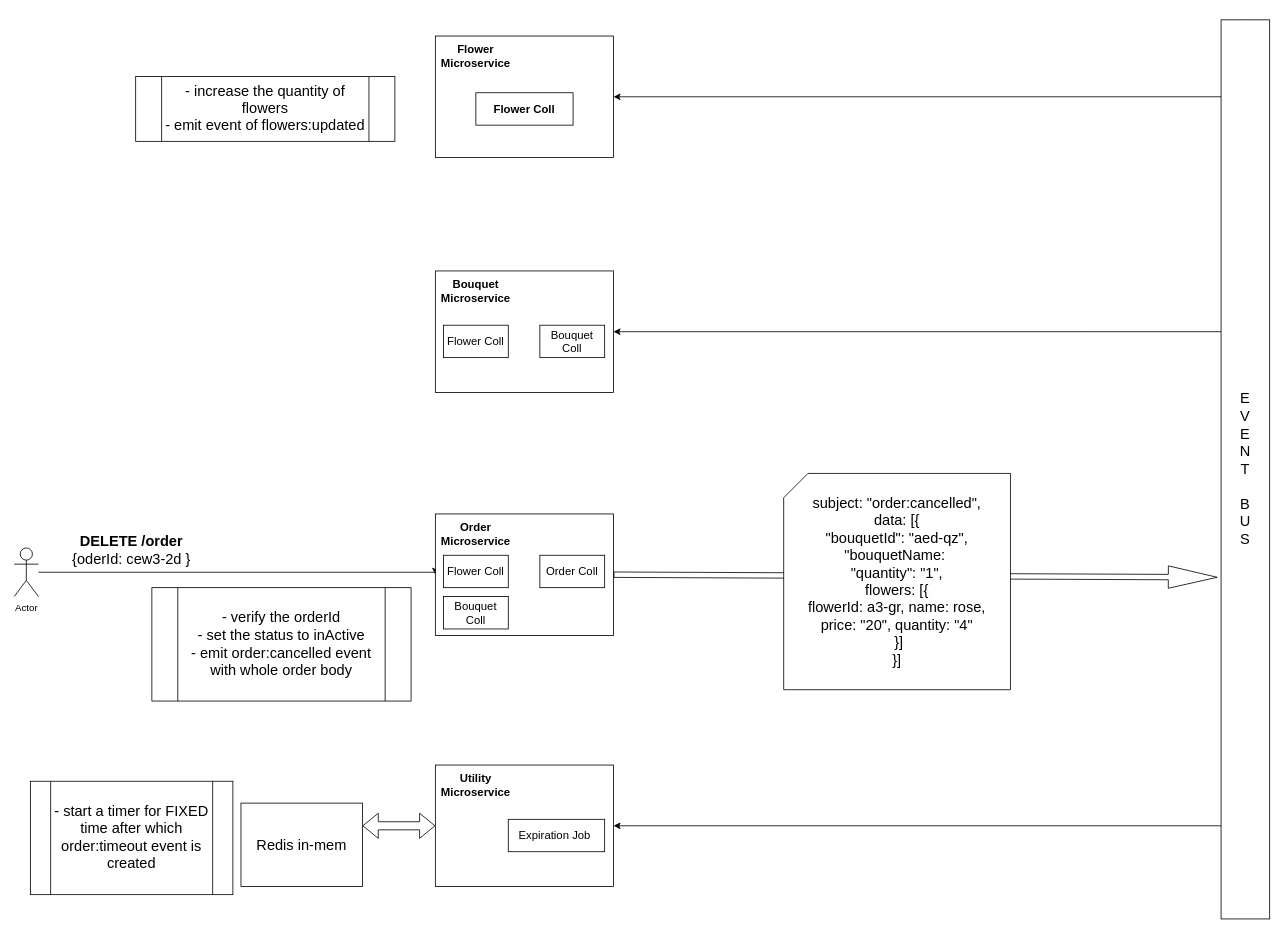
This is documentation/events/order/delete.drawio from piyusheklavya777/flowerbouquet, a draw.io file, before an edit. Source tidied: cells renumbered, new cells numbered last; positions are measured from the earlier drawing's top-left corner, leaving out a move shared by most shapes. Both pictures are drawn from the tidied source at 81%, with x=0, y=0 at pixel (14, 19).
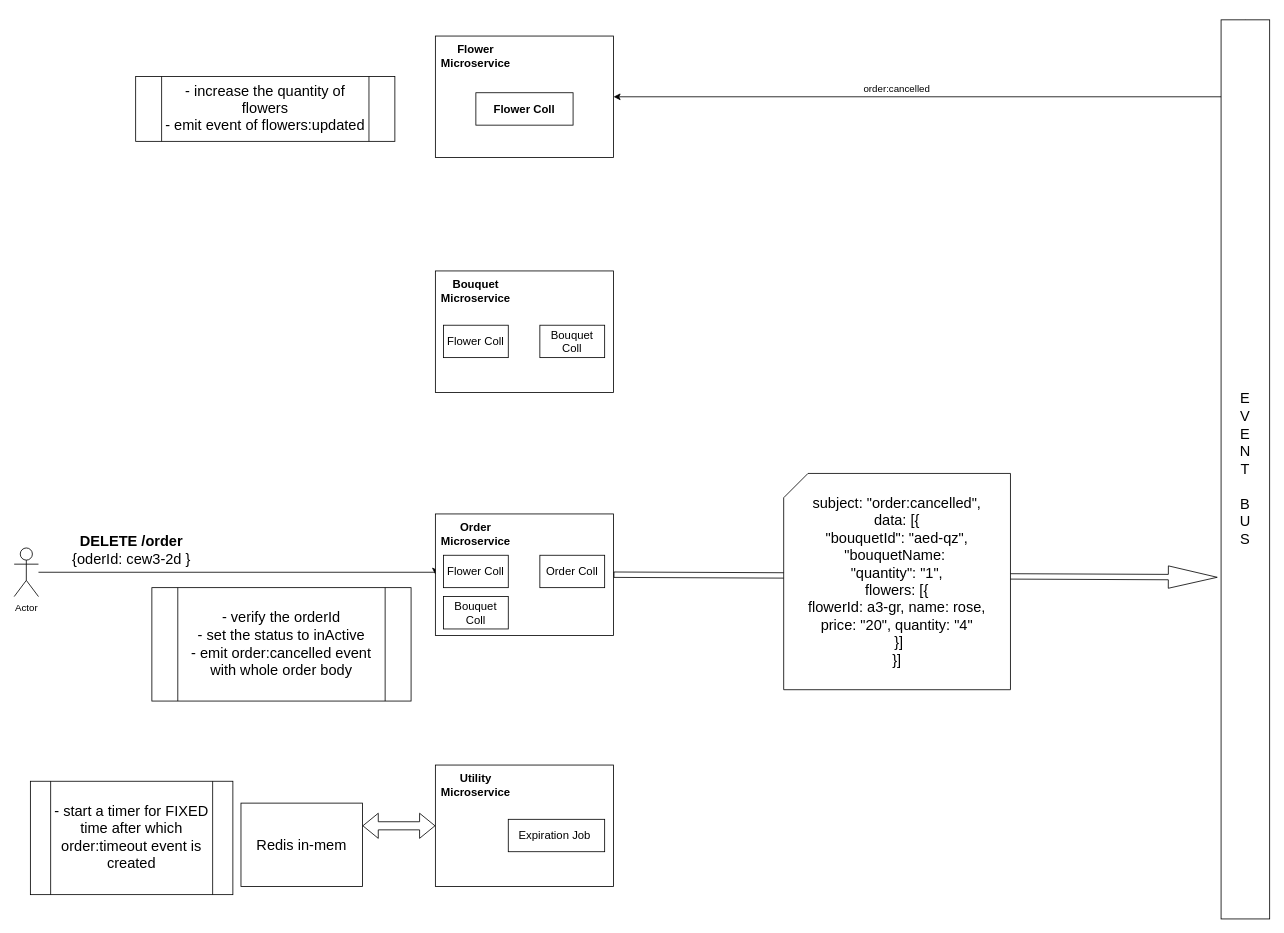
The same diagram, later.

Unchanged cells that the change refers to:
```xml
<mxCell id="7" style="rounded=0;whiteSpace=wrap;html=1;align=center;" parent="1" vertex="1">
  <mxGeometry x="520" y="310" width="220" height="150" as="geometry" />
</mxCell>
<mxCell id="15" style="rounded=0;whiteSpace=wrap;html=1;align=center;" parent="1" vertex="1">
  <mxGeometry x="520" y="920" width="220" height="150" as="geometry" />
</mxCell>
<mxCell id="21" value="&lt;font style=&quot;font-size: 18px;&quot;&gt;E&lt;br&gt;V&lt;br&gt;E&lt;br&gt;N&lt;br&gt;T&lt;br&gt;&lt;br&gt;B&lt;br&gt;U&lt;br&gt;S&lt;/font&gt;" style="rounded=0;whiteSpace=wrap;html=1;" parent="1" vertex="1">
  <mxGeometry x="1490" width="60" height="1110" as="geometry" />
</mxCell>
```

The edit, as a diff of the source:
```diff
@@
-    <mxCell id="18" style="edgeStyle=orthogonalEdgeStyle;rounded=0;jettySize=auto;html=1;entryX=1;entryY=0.5;entryDx=0;entryDy=0;fontSize=18;" parent="1" edge="1" source="21" target="15">
-      <mxGeometry relative="1" as="geometry">
-        <Array as="points">
-          <mxPoint x="1310" y="995" />
-          <mxPoint x="1310" y="995" />
-        </Array>
-      </mxGeometry>
-    </mxCell>
@@
-    <mxCell id="20" style="edgeStyle=orthogonalEdgeStyle;rounded=0;jettySize=auto;html=1;entryX=1;entryY=0.5;entryDx=0;entryDy=0;fontSize=18;" parent="1" edge="1" source="21" target="7">
-      <mxGeometry relative="1" as="geometry">
-        <Array as="points">
-          <mxPoint x="1320" y="385" />
-          <mxPoint x="1320" y="385" />
-        </Array>
-      </mxGeometry>
-    </mxCell>
@@
+    <mxCell id="31" value="order:cancelled" style="text;html=1;strokeColor=none;fillColor=none;align=center;verticalAlign=middle;whiteSpace=wrap;rounded=0;" parent="1" vertex="1">
+      <mxGeometry x="1060" y="70" width="60" height="30" as="geometry" />
+    </mxCell>
```
